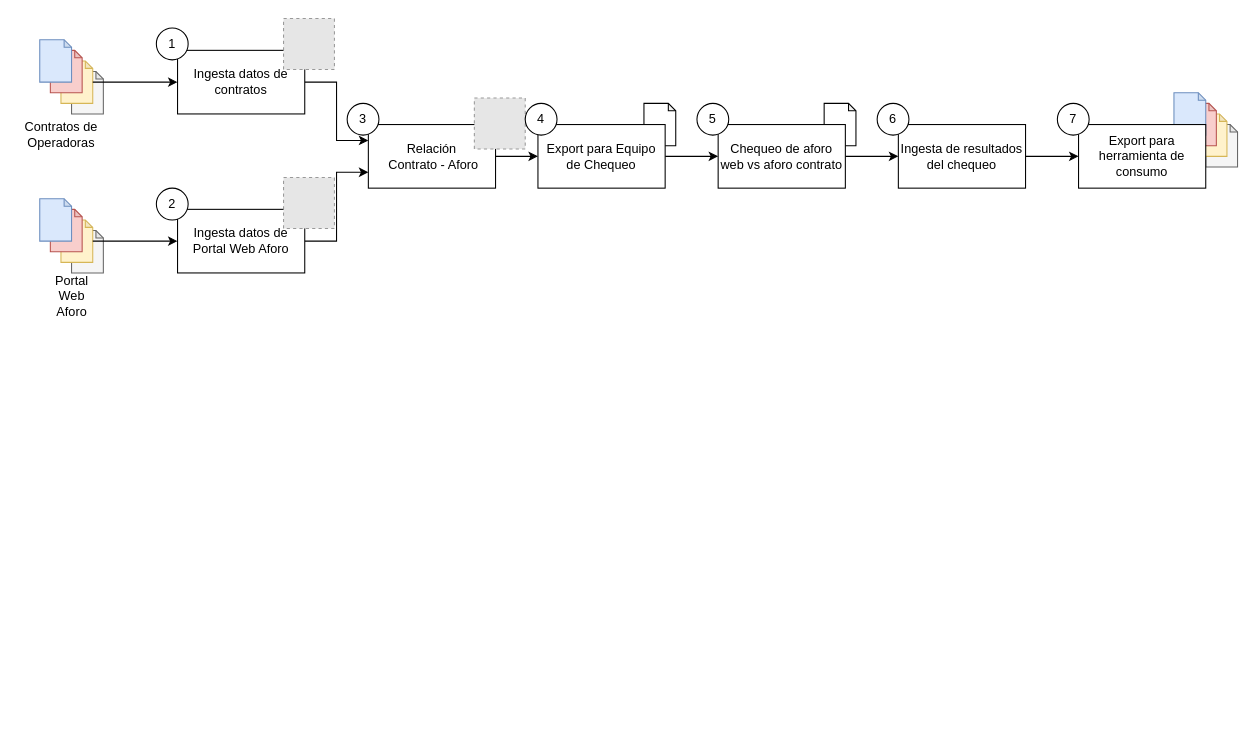
Above: draw.io/LaLiga/Chek_Aforo.drawio in icuefue/draw.io (draw.io), before the change. Source tidied: cells renumbered, new cells numbered last; positions are measured from the earlier drawing's top-left corner, leaving out a move shared by most shapes. Both pictures are drawn from the tidied source at 106%, with x=0, y=0 at pixel (18, 18). Pictures stored in the file or linked from it are replaced by grey dashed boxes.
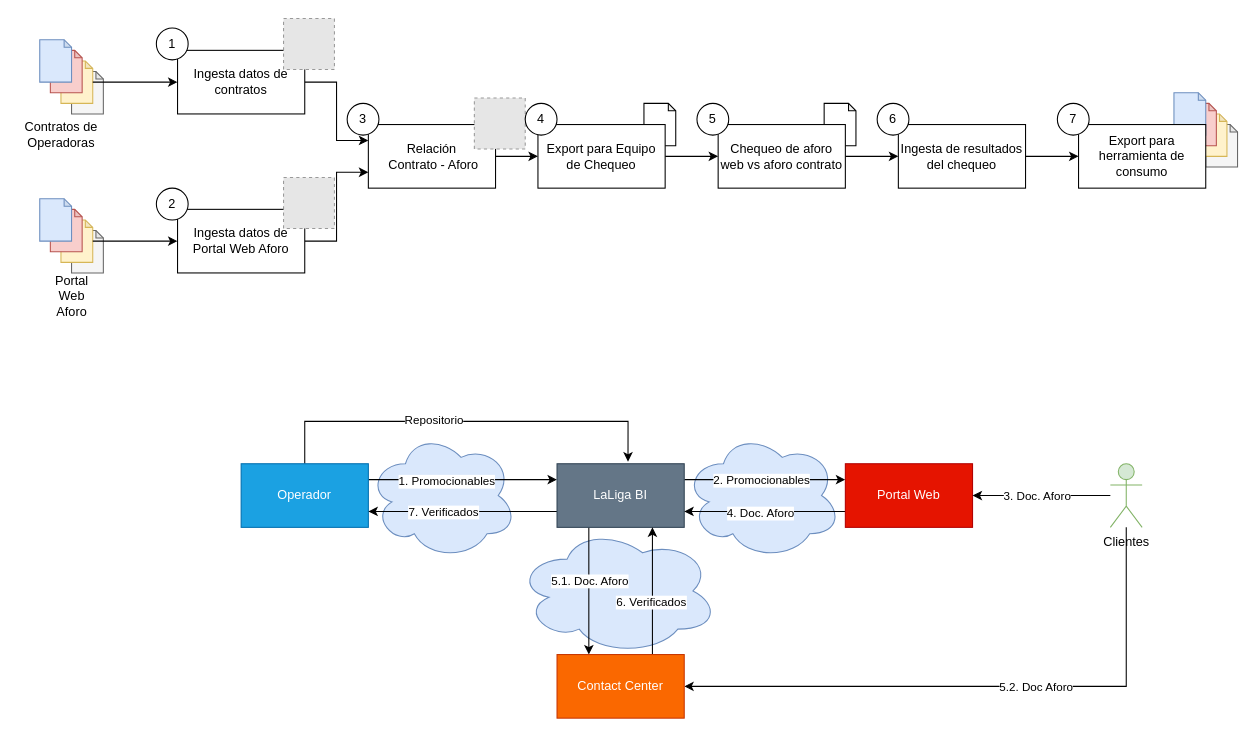
After the change.

Diff of the diagram source:
```diff
@@
+    <mxCell id="46" style="ellipse;shape=cloud;whiteSpace=wrap;html=1;fillColor=#dae8fc;strokeColor=#6c8ebf;" parent="1" vertex="1">
+      <mxGeometry x="470" y="480" width="190" height="120" as="geometry" />
+    </mxCell>
+    <mxCell id="47" style="ellipse;shape=cloud;whiteSpace=wrap;html=1;fillColor=#dae8fc;strokeColor=#6c8ebf;" parent="1" vertex="1">
+      <mxGeometry x="330" y="390" width="140" height="120" as="geometry" />
+    </mxCell>
+    <mxCell id="48" style="ellipse;shape=cloud;whiteSpace=wrap;html=1;fillColor=#dae8fc;strokeColor=#6c8ebf;" parent="1" vertex="1">
+      <mxGeometry x="628" y="390" width="148" height="120" as="geometry" />
+    </mxCell>
@@
+    <mxCell id="49" style="edgeStyle=orthogonalEdgeStyle;rounded=0;jettySize=auto;html=1;exitX=1;exitY=0.25;exitDx=0;exitDy=0;entryX=0;entryY=0.25;entryDx=0;entryDy=0;" parent="1" edge="1" source="53" target="60">
+      <mxGeometry relative="1" as="geometry" />
+    </mxCell>
+    <mxCell id="50" value="1. Promocionables" style="edgeLabel;html=1;align=center;verticalAlign=middle;" parent="49" vertex="1">
+      <mxGeometry x="-0.18" y="-1" relative="1" as="geometry" />
+    </mxCell>
+    <mxCell id="51" style="edgeStyle=orthogonalEdgeStyle;rounded=0;jettySize=auto;html=1;exitX=0.5;exitY=0;exitDx=0;exitDy=0;entryX=0.558;entryY=-0.033;entryDx=0;entryDy=0;entryPerimeter=0;" parent="1" edge="1" source="53" target="60">
+      <mxGeometry relative="1" as="geometry">
+        <Array as="points">
+          <mxPoint x="270" y="380" />
+          <mxPoint x="575" y="380" />
+        </Array>
+      </mxGeometry>
+    </mxCell>
+    <mxCell id="52" value="Repositorio" style="edgeLabel;html=1;align=center;verticalAlign=middle;" parent="51" vertex="1">
+      <mxGeometry x="-0.16" y="2" relative="1" as="geometry" />
+    </mxCell>
+    <mxCell id="53" value="Operador" style="rounded=0;whiteSpace=wrap;html=1;fillColor=#1ba1e2;strokeColor=#006EAF;fontColor=#ffffff;" parent="1" vertex="1">
+      <mxGeometry x="210" y="420" width="120" height="60" as="geometry" />
+    </mxCell>
+    <mxCell id="54" style="edgeStyle=orthogonalEdgeStyle;rounded=0;jettySize=auto;html=1;exitX=1;exitY=0.25;exitDx=0;exitDy=0;entryX=0;entryY=0.25;entryDx=0;entryDy=0;" parent="1" edge="1" source="60" target="63">
+      <mxGeometry relative="1" as="geometry" />
+    </mxCell>
+    <mxCell id="55" value="2. Promocionables" style="edgeLabel;html=1;align=center;verticalAlign=middle;" parent="54" vertex="1">
+      <mxGeometry x="-0.21" relative="1" as="geometry">
+        <mxPoint x="12" as="offset" />
+      </mxGeometry>
+    </mxCell>
+    <mxCell id="56" style="edgeStyle=orthogonalEdgeStyle;rounded=0;jettySize=auto;html=1;exitX=0.25;exitY=1;exitDx=0;exitDy=0;entryX=0.25;entryY=0;entryDx=0;entryDy=0;" parent="1" edge="1" source="60" target="71">
+      <mxGeometry relative="1" as="geometry" />
+    </mxCell>
+    <mxCell id="57" value="5.1. Doc. Aforo" style="edgeLabel;html=1;align=center;verticalAlign=middle;" parent="56" vertex="1">
+      <mxGeometry x="-0.25" relative="1" as="geometry">
+        <mxPoint y="5" as="offset" />
+      </mxGeometry>
+    </mxCell>
+    <mxCell id="58" style="edgeStyle=orthogonalEdgeStyle;rounded=0;jettySize=auto;html=1;exitX=0;exitY=0.75;exitDx=0;exitDy=0;entryX=1;entryY=0.75;entryDx=0;entryDy=0;" parent="1" edge="1" source="60" target="53">
+      <mxGeometry relative="1" as="geometry" />
+    </mxCell>
+    <mxCell id="59" value="7. Verificados" style="edgeLabel;html=1;align=center;verticalAlign=middle;" parent="58" vertex="1">
+      <mxGeometry x="0.21" relative="1" as="geometry" />
+    </mxCell>
+    <mxCell id="60" value="LaLiga BI" style="rounded=0;whiteSpace=wrap;html=1;fillColor=#647687;strokeColor=#314354;fontColor=#ffffff;" parent="1" vertex="1">
+      <mxGeometry x="508" y="420" width="120" height="60" as="geometry" />
+    </mxCell>
+    <mxCell id="61" style="edgeStyle=orthogonalEdgeStyle;rounded=0;jettySize=auto;html=1;exitX=0;exitY=0.75;exitDx=0;exitDy=0;entryX=1;entryY=0.75;entryDx=0;entryDy=0;" parent="1" edge="1" source="63" target="60">
+      <mxGeometry relative="1" as="geometry" />
+    </mxCell>
+    <mxCell id="62" value="4. Doc. Aforo" style="edgeLabel;html=1;align=center;verticalAlign=middle;" parent="61" vertex="1">
+      <mxGeometry x="0.27" y="1" relative="1" as="geometry">
+        <mxPoint x="16" as="offset" />
+      </mxGeometry>
+    </mxCell>
+    <mxCell id="63" value="Portal Web" style="rounded=0;whiteSpace=wrap;html=1;fillColor=#e51400;strokeColor=#B20000;fontColor=#ffffff;" parent="1" vertex="1">
+      <mxGeometry x="780" y="420" width="120" height="60" as="geometry" />
+    </mxCell>
+    <mxCell id="64" style="edgeStyle=orthogonalEdgeStyle;rounded=0;jettySize=auto;html=1;entryX=1;entryY=0.5;entryDx=0;entryDy=0;" parent="1" edge="1" source="68" target="63">
+      <mxGeometry relative="1" as="geometry" />
+    </mxCell>
+    <mxCell id="65" value="3. Doc. Aforo" style="edgeLabel;html=1;align=center;verticalAlign=middle;" parent="64" vertex="1">
+      <mxGeometry x="0.33" y="-3" relative="1" as="geometry">
+        <mxPoint x="16" y="3" as="offset" />
+      </mxGeometry>
+    </mxCell>
+    <mxCell id="66" style="edgeStyle=orthogonalEdgeStyle;rounded=0;jettySize=auto;html=1;entryX=1;entryY=0.5;entryDx=0;entryDy=0;" parent="1" edge="1" source="68" target="71">
+      <mxGeometry relative="1" as="geometry">
+        <Array as="points">
+          <mxPoint x="1045" y="630" />
+        </Array>
+      </mxGeometry>
+    </mxCell>
+    <mxCell id="67" value="5.2. Doc Aforo" style="edgeLabel;html=1;align=center;verticalAlign=middle;" parent="66" vertex="1">
+      <mxGeometry x="0.18" y="-1" relative="1" as="geometry">
+        <mxPoint x="99" y="1" as="offset" />
+      </mxGeometry>
+    </mxCell>
+    <mxCell id="68" value="Clientes" style="shape=umlActor;verticalLabelPosition=bottom;verticalAlign=top;html=1;outlineConnect=0;fillColor=#d5e8d4;strokeColor=#82b366;" parent="1" vertex="1">
+      <mxGeometry x="1030" y="420" width="30" height="60" as="geometry" />
+    </mxCell>
+    <mxCell id="69" style="edgeStyle=orthogonalEdgeStyle;rounded=0;jettySize=auto;html=1;exitX=0.75;exitY=0;exitDx=0;exitDy=0;entryX=0.75;entryY=1;entryDx=0;entryDy=0;" parent="1" edge="1" source="71" target="60">
+      <mxGeometry relative="1" as="geometry">
+        <Array as="points">
+          <mxPoint x="598" y="530" />
+          <mxPoint x="598" y="530" />
+        </Array>
+      </mxGeometry>
+    </mxCell>
+    <mxCell id="70" value="6. Verificados" style="edgeLabel;html=1;align=center;verticalAlign=middle;" parent="69" vertex="1">
+      <mxGeometry x="0.07" y="2" relative="1" as="geometry">
+        <mxPoint y="14" as="offset" />
+      </mxGeometry>
+    </mxCell>
+    <mxCell id="71" value="Contact Center" style="rounded=0;whiteSpace=wrap;html=1;fillColor=#fa6800;strokeColor=#C73500;fontColor=#ffffff;" parent="1" vertex="1">
+      <mxGeometry x="508" y="600" width="120" height="60" as="geometry" />
+    </mxCell>
```
